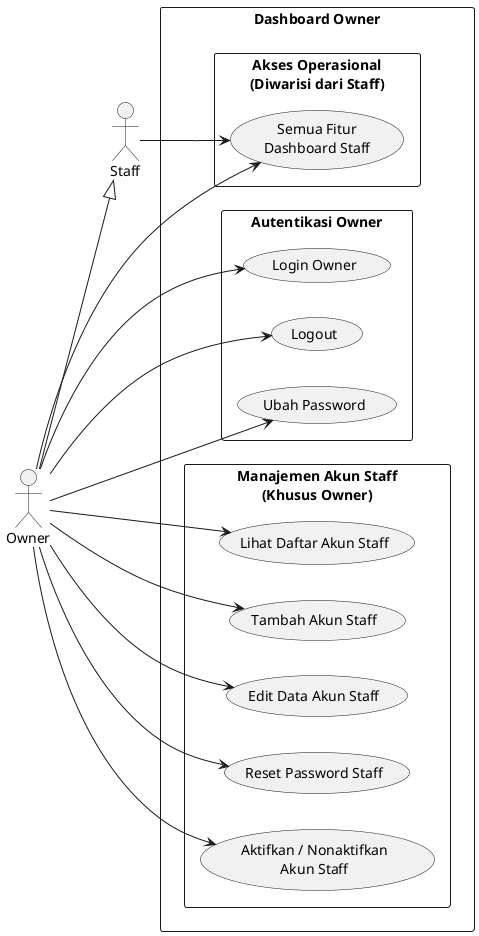
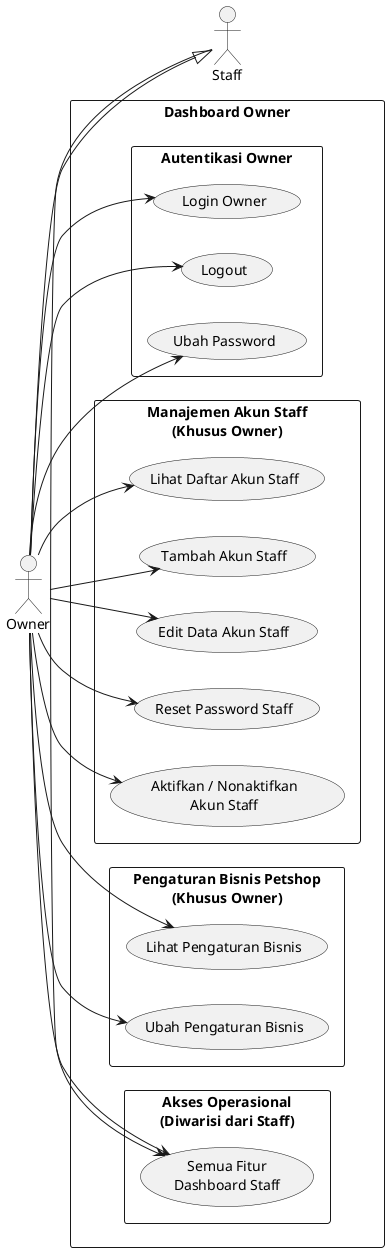
@startuml usecase-owner
left to right direction
skinparam packageStyle rectangle

actor Owner
actor Staff

Owner --|> Staff

rectangle "Dashboard Owner" {
  rectangle "Autentikasi Owner" {
    usecase "Login Owner" as UC_LoginOwner
    usecase "Logout" as UC_LogoutOwner
    usecase "Ubah Password" as UC_UbahPwdOwner
  }

  rectangle "Manajemen Akun Staff\n(Khusus Owner)" {
    usecase "Lihat Daftar Akun Staff" as UC_DaftarStaff
    usecase "Tambah Akun Staff" as UC_TambahStaff
    usecase "Edit Data Akun Staff" as UC_EditStaff
    usecase "Reset Password Staff" as UC_ResetPwdStaff
    usecase "Aktifkan / Nonaktifkan\nAkun Staff" as UC_AktifStaff
  }

+   rectangle "Pengaturan Bisnis Petshop\n(Khusus Owner)" {
+     usecase "Lihat Pengaturan Bisnis" as UC_LihatPengaturan
+     usecase "Ubah Pengaturan Bisnis" as UC_UbahPengaturan
+   }
+ 
  rectangle "Akses Operasional\n(Diwarisi dari Staff)" {
    usecase "Semua Fitur\nDashboard Staff" as UC_OpsAll
  }
}

Owner --> UC_LoginOwner
Owner --> UC_LogoutOwner
Owner --> UC_UbahPwdOwner
Owner --> UC_DaftarStaff
Owner --> UC_TambahStaff
Owner --> UC_EditStaff
Owner --> UC_ResetPwdStaff
Owner --> UC_AktifStaff
+ Owner --> UC_LihatPengaturan
+ Owner --> UC_UbahPengaturan
Owner --> UC_OpsAll

Staff --> UC_OpsAll

@enduml
